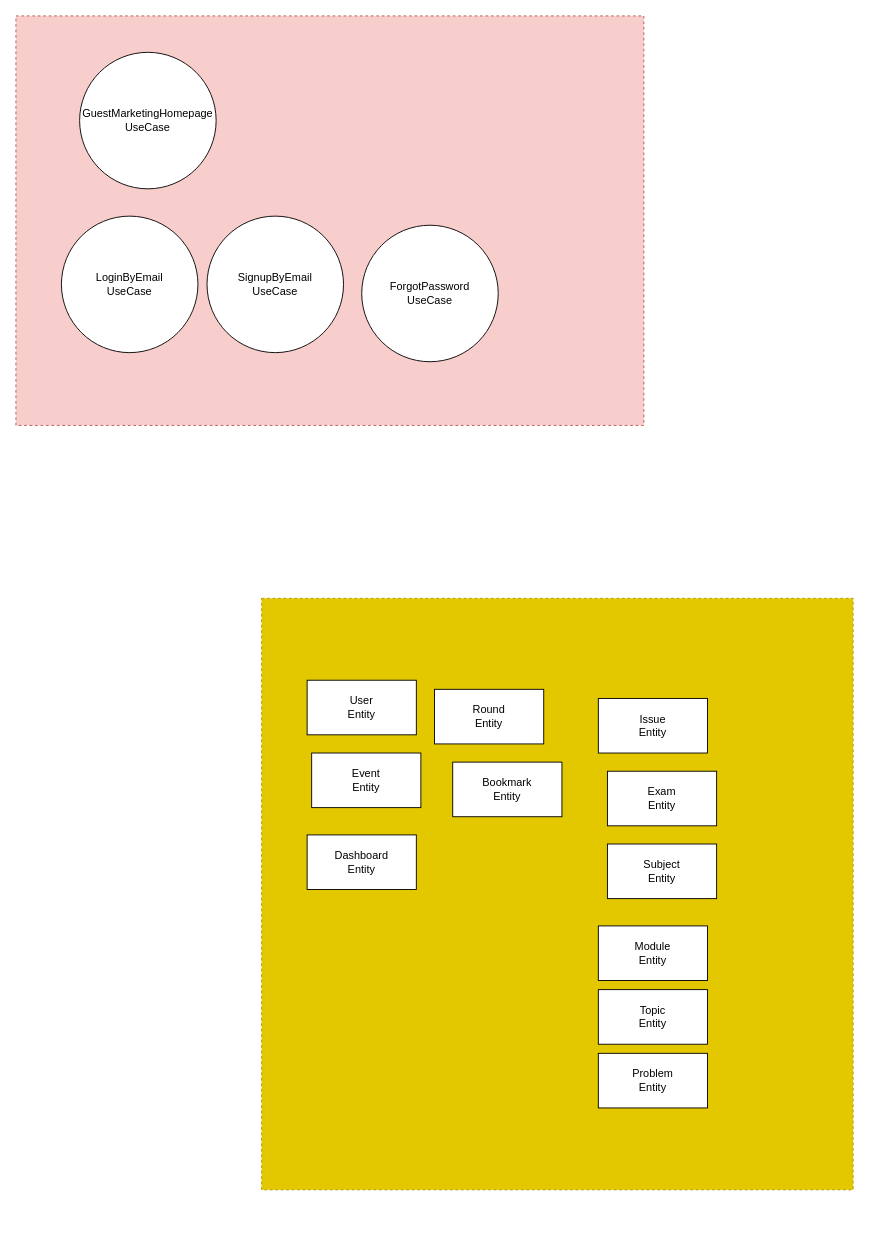
aryskaliyev/go-bite-projects keeps this draw.io diagram as 3. draw.io/Untitled Diagram.drawio. Above is the earlier version. Source tidied: cells renumbered, new cells numbered last; positions are measured from the earlier drawing's top-left corner, leaving out a move shared by most shapes. Both pictures are drawn from the tidied source at 91%, with x=0, y=0 at pixel (15, 15).
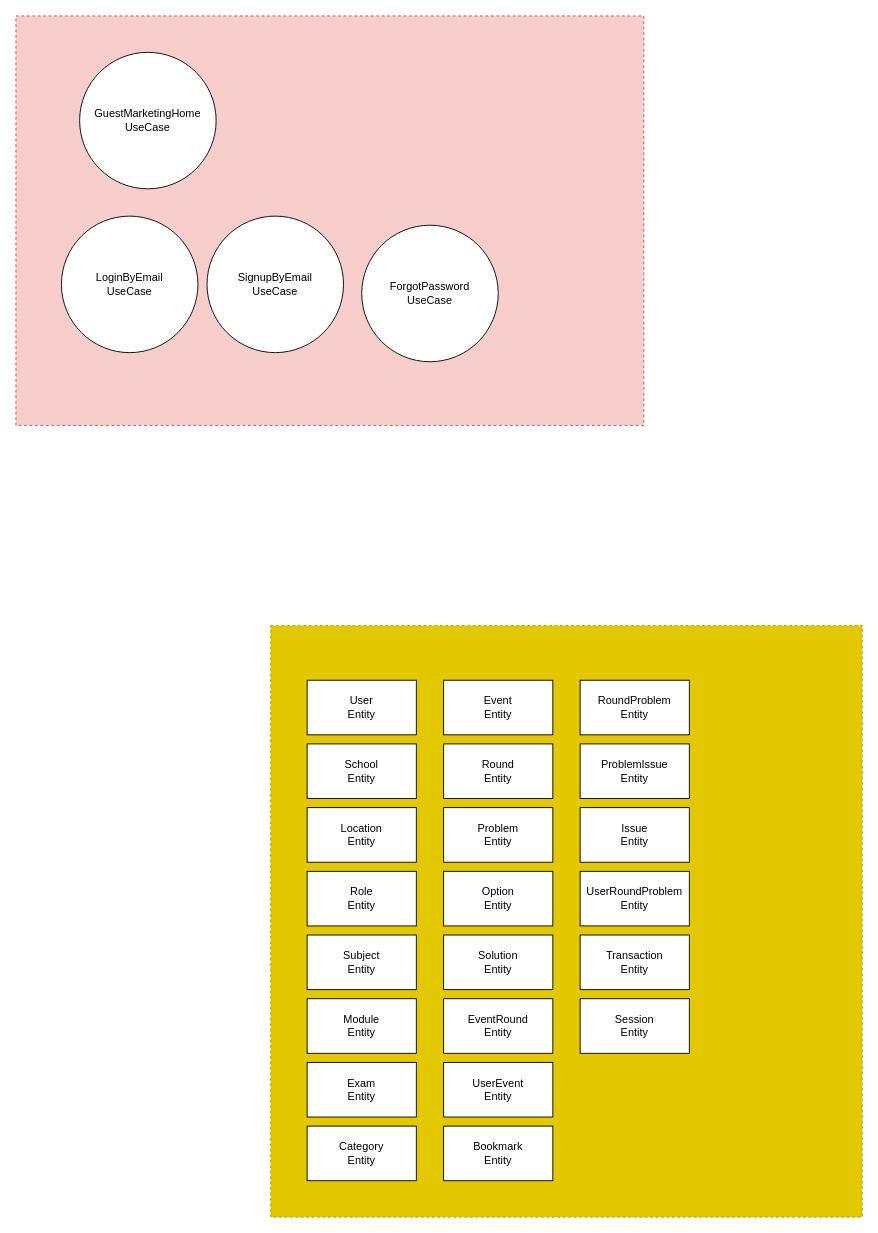
After the change.

The edit, as a diff of the source:
```diff
@@
-    <mxCell id="6" value="GuestMarketingHomepage&lt;br&gt;&lt;div&gt;UseCase&lt;/div&gt;" style="ellipse;whiteSpace=wrap;html=1;" parent="1" vertex="1">
+    <mxCell id="6" value="GuestMarketingHome&lt;br&gt;&lt;div&gt;UseCase&lt;/div&gt;" style="ellipse;whiteSpace=wrap;html=1;" parent="1" vertex="1">
       <mxGeometry x="70" y="40" width="150" height="150" as="geometry" />
     </mxCell>
     <mxCell id="7" style="whiteSpace=wrap;html=1;fillColor=#e3c800;fontColor=#000000;strokeColor=#B09500;dashed=1;" parent="1" vertex="1">
-      <mxGeometry x="270" y="640" width="650" height="650" as="geometry" />
+      <mxGeometry x="280" y="670" width="650" height="650" as="geometry" />
     </mxCell>
@@
+    <mxCell id="19" value="&lt;div&gt;School&lt;/div&gt;&lt;div&gt;Entity&lt;/div&gt;" style="rounded=0;whiteSpace=wrap;html=1;" parent="1" vertex="1">
+      <mxGeometry x="320" y="800" width="120" height="60" as="geometry" />
+    </mxCell>
+    <mxCell id="20" value="&lt;div&gt;Location&lt;/div&gt;&lt;div&gt;Entity&lt;/div&gt;" style="rounded=0;whiteSpace=wrap;html=1;" parent="1" vertex="1">
+      <mxGeometry x="320" y="870" width="120" height="60" as="geometry" />
+    </mxCell>
+    <mxCell id="21" value="&lt;div&gt;Role&lt;/div&gt;&lt;div&gt;Entity&lt;/div&gt;" style="rounded=0;whiteSpace=wrap;html=1;" parent="1" vertex="1">
+      <mxGeometry x="320" y="940" width="120" height="60" as="geometry" />
+    </mxCell>
+    <mxCell id="16" value="&lt;div&gt;Subject&lt;/div&gt;&lt;div&gt;Entity&lt;br&gt;&lt;/div&gt;" style="rounded=0;whiteSpace=wrap;html=1;" parent="1" vertex="1">
+      <mxGeometry x="320" y="1010" width="120" height="60" as="geometry" />
+    </mxCell>
+    <mxCell id="17" value="&lt;div&gt;Module&lt;/div&gt;&lt;div&gt;Entity&lt;br&gt;&lt;/div&gt;" style="rounded=0;whiteSpace=wrap;html=1;" parent="1" vertex="1">
+      <mxGeometry x="320" y="1080" width="120" height="60" as="geometry" />
+    </mxCell>
+    <mxCell id="15" value="&lt;div&gt;Exam&lt;/div&gt;&lt;div&gt;Entity&lt;br&gt;&lt;/div&gt;" style="rounded=0;whiteSpace=wrap;html=1;" parent="1" vertex="1">
+      <mxGeometry x="320" y="1150" width="120" height="60" as="geometry" />
+    </mxCell>
+    <mxCell id="22" value="&lt;div&gt;Category&lt;/div&gt;&lt;div&gt;Entity&lt;br&gt;&lt;/div&gt;" style="rounded=0;whiteSpace=wrap;html=1;" parent="1" vertex="1">
+      <mxGeometry x="320" y="1220" width="120" height="60" as="geometry" />
+    </mxCell>
-    <mxCell id="9" value="&lt;div&gt;Event&lt;/div&gt;&lt;div&gt;Entity&lt;/div&gt;" style="rounded=0;whiteSpace=wrap;html=1;" parent="1" vertex="1">
-      <mxGeometry x="325" y="810" width="120" height="60" as="geometry" />
+    <mxCell id="9" value="&lt;div&gt;Event&lt;/div&gt;&lt;div&gt;Entity&lt;br&gt;&lt;/div&gt;" style="rounded=0;whiteSpace=wrap;html=1;" parent="1" vertex="1">
+      <mxGeometry x="470" y="730" width="120" height="60" as="geometry" />
     </mxCell>
-    <mxCell id="10" value="&lt;div&gt;Round&lt;/div&gt;&lt;div&gt;Entity&lt;/div&gt;" style="rounded=0;whiteSpace=wrap;html=1;" parent="1" vertex="1">
-      <mxGeometry x="460" y="740" width="120" height="60" as="geometry" />
+    <mxCell id="10" value="&lt;div&gt;Round&lt;/div&gt;&lt;div&gt;Entity&lt;br&gt;&lt;/div&gt;" style="rounded=0;whiteSpace=wrap;html=1;" parent="1" vertex="1">
+      <mxGeometry x="470" y="800" width="120" height="60" as="geometry" />
     </mxCell>
+    <mxCell id="13" value="&lt;div&gt;Problem&lt;/div&gt;&lt;div&gt;Entity&lt;br&gt;&lt;/div&gt;" style="rounded=0;whiteSpace=wrap;html=1;" parent="1" vertex="1">
+      <mxGeometry x="470" y="870" width="120" height="60" as="geometry" />
+    </mxCell>
+    <mxCell id="23" value="&lt;div&gt;Option&lt;/div&gt;&lt;div&gt;Entity&lt;br&gt;&lt;/div&gt;" style="rounded=0;whiteSpace=wrap;html=1;" parent="1" vertex="1">
+      <mxGeometry x="470" y="940" width="120" height="60" as="geometry" />
+    </mxCell>
+    <mxCell id="24" value="&lt;div&gt;Solution&lt;/div&gt;&lt;div&gt;Entity&lt;br&gt;&lt;/div&gt;" style="rounded=0;whiteSpace=wrap;html=1;" parent="1" vertex="1">
+      <mxGeometry x="470" y="1010" width="120" height="60" as="geometry" />
+    </mxCell>
+    <mxCell id="25" value="&lt;div&gt;EventRound&lt;/div&gt;&lt;div&gt;Entity&lt;br&gt;&lt;/div&gt;" style="rounded=0;whiteSpace=wrap;html=1;" parent="1" vertex="1">
+      <mxGeometry x="470" y="1080" width="120" height="60" as="geometry" />
+    </mxCell>
+    <mxCell id="26" value="&lt;div&gt;UserEvent&lt;/div&gt;&lt;div&gt;Entity&lt;br&gt;&lt;/div&gt;" style="rounded=0;whiteSpace=wrap;html=1;" parent="1" vertex="1">
+      <mxGeometry x="470" y="1150" width="120" height="60" as="geometry" />
+    </mxCell>
-    <mxCell id="11" value="&lt;div&gt;Bookmark&lt;/div&gt;&lt;div&gt;Entity&lt;/div&gt;" style="rounded=0;whiteSpace=wrap;html=1;" parent="1" vertex="1">
-      <mxGeometry x="480" y="820" width="120" height="60" as="geometry" />
+    <mxCell id="11" value="&lt;div&gt;Bookmark&lt;/div&gt;&lt;div&gt;Entity&lt;br&gt;&lt;/div&gt;" style="rounded=0;whiteSpace=wrap;html=1;" parent="1" vertex="1">
+      <mxGeometry x="470" y="1220" width="120" height="60" as="geometry" />
     </mxCell>
-    <mxCell id="12" value="&lt;div&gt;Dashboard&lt;/div&gt;&lt;div&gt;Entity&lt;br&gt;&lt;/div&gt;" style="rounded=0;whiteSpace=wrap;html=1;" parent="1" vertex="1">
-      <mxGeometry x="320" y="900" width="120" height="60" as="geometry" />
-    </mxCell>
-    <mxCell id="13" value="&lt;div&gt;Problem&lt;/div&gt;&lt;div&gt;Entity&lt;br&gt;&lt;/div&gt;" style="rounded=0;whiteSpace=wrap;html=1;" parent="1" vertex="1">
-      <mxGeometry x="640" y="1140" width="120" height="60" as="geometry" />
-    </mxCell>
+    <mxCell id="27" value="&lt;div&gt;RoundProblem&lt;/div&gt;&lt;div&gt;Entity&lt;br&gt;&lt;/div&gt;" style="rounded=0;whiteSpace=wrap;html=1;" parent="1" vertex="1">
+      <mxGeometry x="620" y="730" width="120" height="60" as="geometry" />
+    </mxCell>
+    <mxCell id="28" value="&lt;div&gt;ProblemIssue&lt;/div&gt;&lt;div&gt;Entity&lt;br&gt;&lt;/div&gt;" style="rounded=0;whiteSpace=wrap;html=1;" parent="1" vertex="1">
+      <mxGeometry x="620" y="800" width="120" height="60" as="geometry" />
+    </mxCell>
     <mxCell id="14" value="&lt;div&gt;Issue&lt;/div&gt;&lt;div&gt;Entity&lt;br&gt;&lt;/div&gt;" style="rounded=0;whiteSpace=wrap;html=1;" parent="1" vertex="1">
-      <mxGeometry x="640" y="750" width="120" height="60" as="geometry" />
+      <mxGeometry x="620" y="870" width="120" height="60" as="geometry" />
     </mxCell>
-    <mxCell id="15" value="&lt;div&gt;Exam&lt;/div&gt;&lt;div&gt;Entity&lt;/div&gt;" style="rounded=0;whiteSpace=wrap;html=1;" parent="1" vertex="1">
-      <mxGeometry x="650" y="830" width="120" height="60" as="geometry" />
-    </mxCell>
-    <mxCell id="16" value="Subject&lt;br&gt;&lt;div&gt;Entity&lt;/div&gt;" style="rounded=0;whiteSpace=wrap;html=1;" parent="1" vertex="1">
-      <mxGeometry x="650" y="910" width="120" height="60" as="geometry" />
-    </mxCell>
-    <mxCell id="17" value="&lt;div&gt;Module&lt;/div&gt;&lt;div&gt;Entity&lt;br&gt;&lt;/div&gt;" style="rounded=0;whiteSpace=wrap;html=1;" parent="1" vertex="1">
-      <mxGeometry x="640" y="1000" width="120" height="60" as="geometry" />
-    </mxCell>
-    <mxCell id="18" value="&lt;div&gt;Topic&lt;/div&gt;&lt;div&gt;Entity&lt;br&gt;&lt;/div&gt;" style="rounded=0;whiteSpace=wrap;html=1;" parent="1" vertex="1">
-      <mxGeometry x="640" y="1070" width="120" height="60" as="geometry" />
-    </mxCell>
+    <mxCell id="29" value="&lt;div&gt;UserRoundProblem&lt;/div&gt;&lt;div&gt;Entity&lt;br&gt;&lt;/div&gt;" style="rounded=0;whiteSpace=wrap;html=1;" parent="1" vertex="1">
+      <mxGeometry x="620" y="940" width="120" height="60" as="geometry" />
+    </mxCell>
+    <mxCell id="30" value="&lt;div&gt;Transaction&lt;/div&gt;&lt;div&gt;Entity&lt;br&gt;&lt;/div&gt;" style="rounded=0;whiteSpace=wrap;html=1;" parent="1" vertex="1">
+      <mxGeometry x="620" y="1010" width="120" height="60" as="geometry" />
+    </mxCell>
+    <mxCell id="31" value="&lt;div&gt;Session&lt;/div&gt;&lt;div&gt;Entity&lt;br&gt;&lt;/div&gt;" style="rounded=0;whiteSpace=wrap;html=1;" parent="1" vertex="1">
+      <mxGeometry x="620" y="1080" width="120" height="60" as="geometry" />
+    </mxCell>
```
